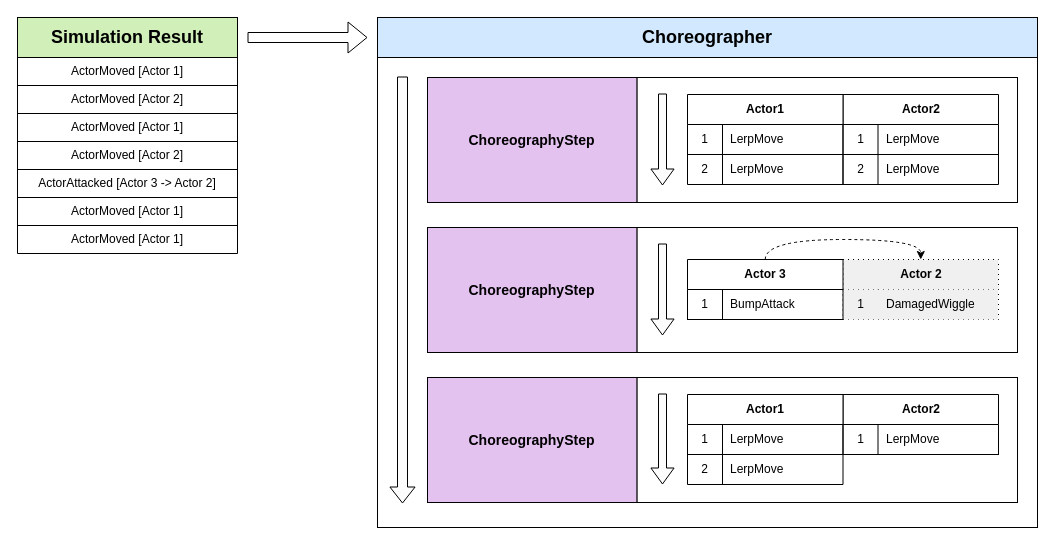
This is Doc/Client/Choreographer.drawio from jalbert-dev/mystower, a draw.io file, before an edit. Source tidied: cells renumbered, new cells numbered last; positions are measured from the earlier drawing's top-left corner, leaving out a move shared by most shapes. Both pictures are drawn from the tidied source at 100%, with x=0, y=0 at pixel (17, 17).
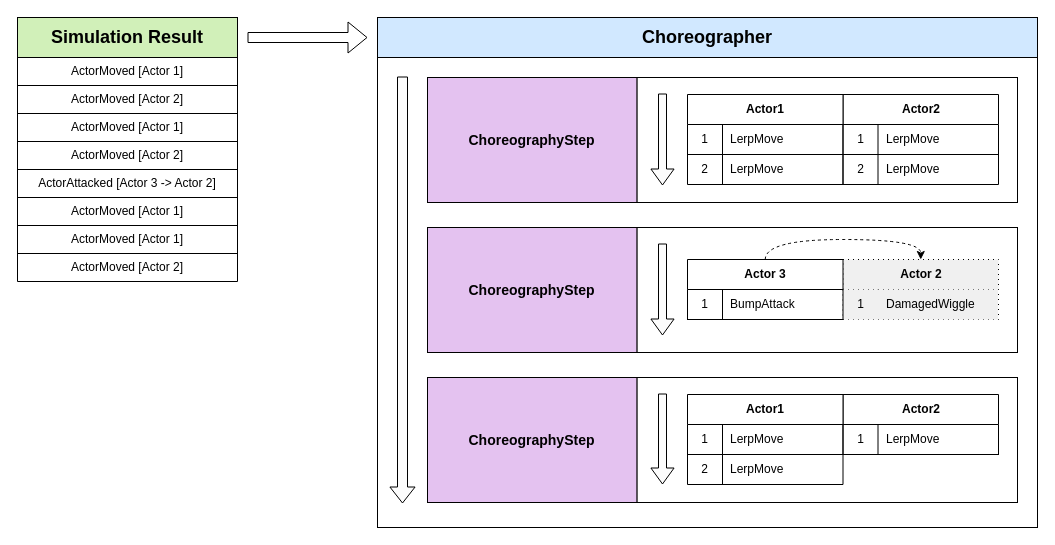
The same page after the edit.

The change refers to these unchanged cells:
```xml
<mxCell id="3" style="group;" parent="1" vertex="1">
  <mxGeometry width="220" height="180" as="geometry" />
</mxCell>
```

The edit, as a diff of the source:
```diff
@@
     <mxCell id="4" style="shape=table;html=1;whiteSpace=wrap;startSize=0;childLayout=tableLayout;" parent="3" vertex="1">
-      <mxGeometry y="40" width="220" height="196" as="geometry" />
+      <mxGeometry y="40" width="220" height="224" as="geometry" />
     </mxCell>
@@
+    <mxCell id="73" style="shape=partialRectangle;html=1;whiteSpace=wrap;fillColor=none;top=0;left=0;bottom=0;right=0;" parent="4" vertex="1">
+      <mxGeometry y="196" width="220" height="28" as="geometry" />
+    </mxCell>
+    <mxCell id="74" value="ActorMoved [Actor 2]" style="shape=partialRectangle;html=1;whiteSpace=wrap;fillColor=none;top=0;left=0;bottom=0;right=0;overflow=hidden;" parent="73" vertex="1">
+      <mxGeometry width="220" height="28" as="geometry" />
+    </mxCell>
```
